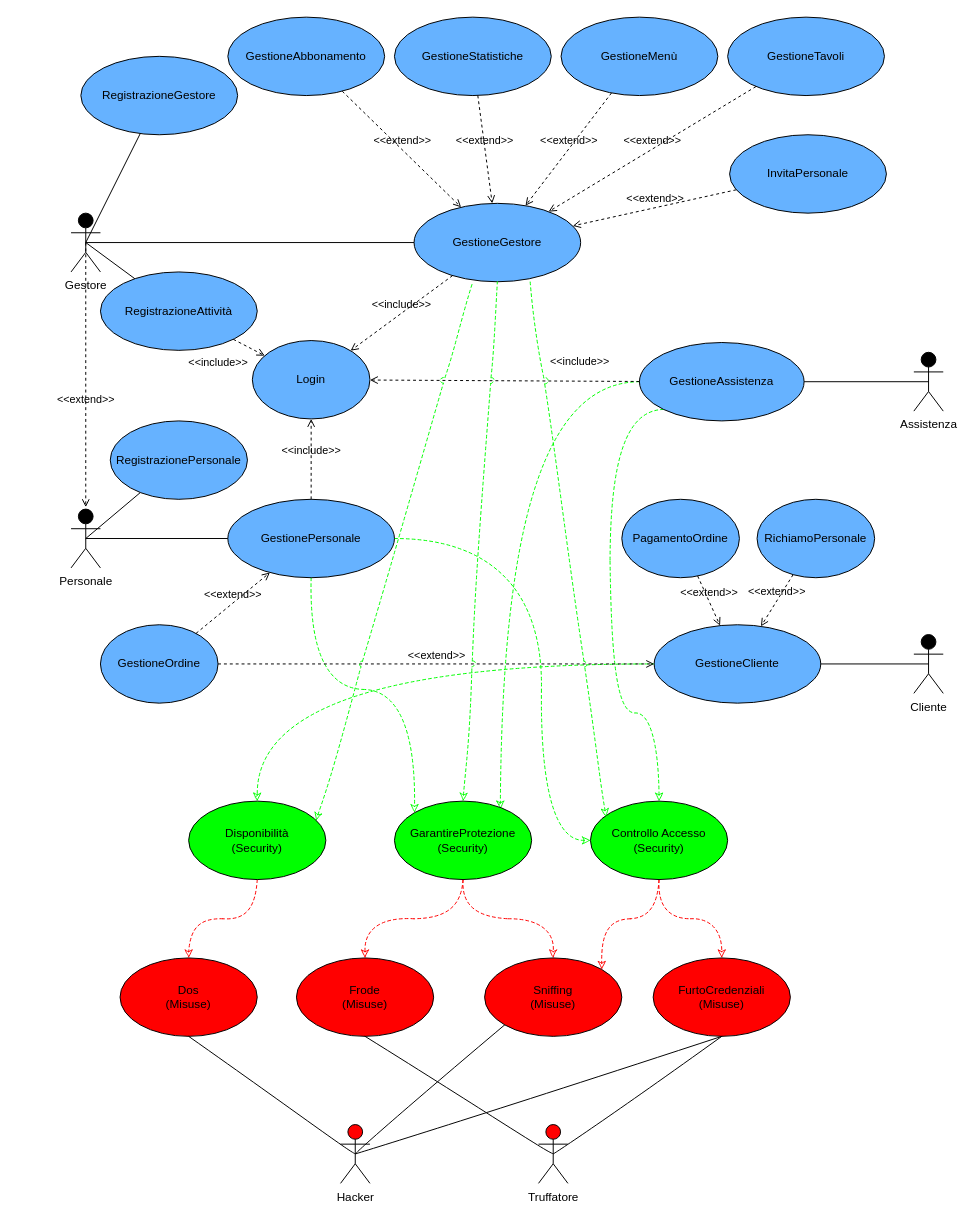
Marco-Burattoni/Progetto-ids keeps this draw.io diagram as use_misuseV2.drawio. Above is the earlier version. Source tidied: cells renumbered, new cells numbered last; positions are measured from the earlier drawing's top-left corner, leaving out a move shared by most shapes. Both pictures are drawn from the tidied source at 98%, with x=0, y=0 at pixel (71, 17).
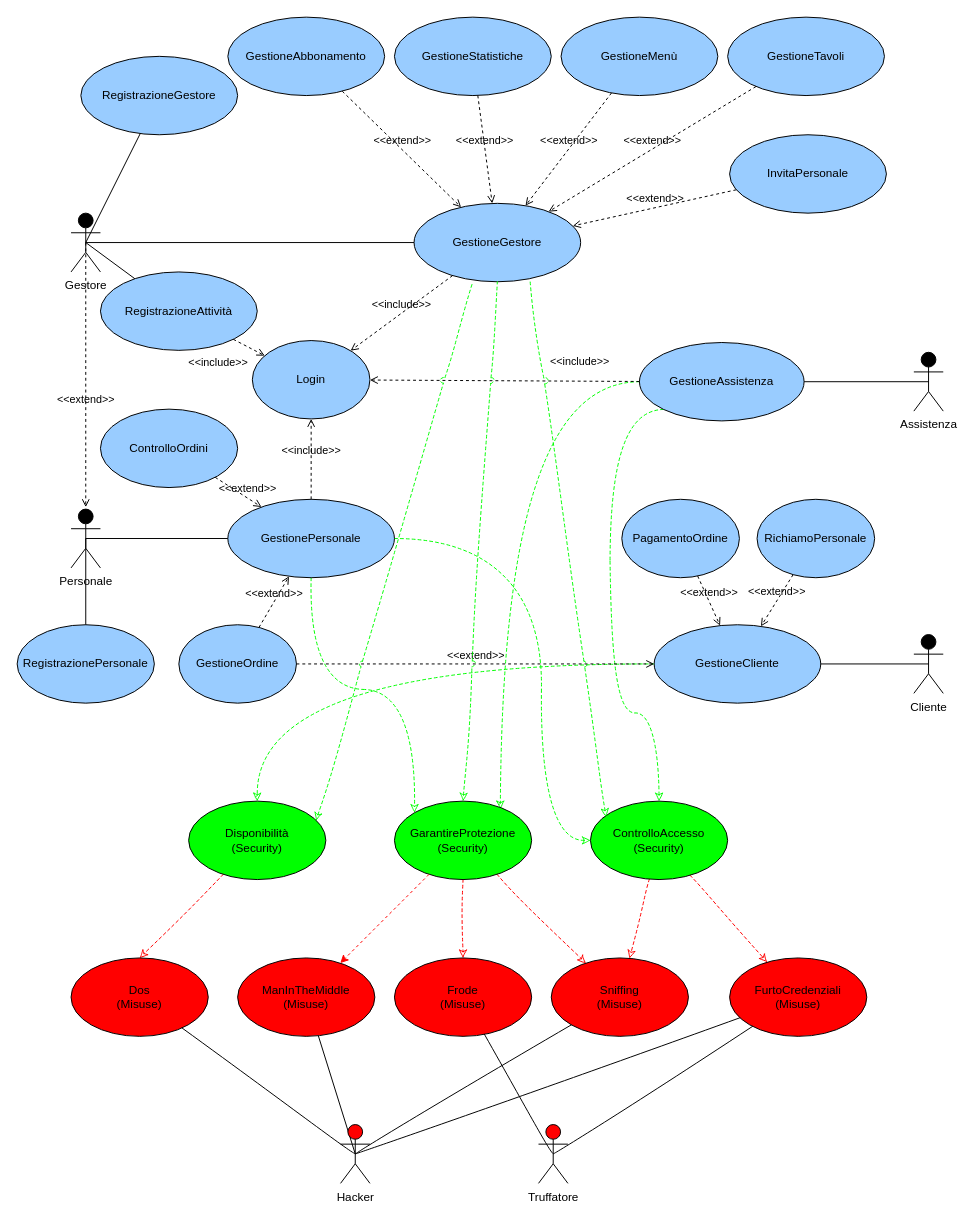
The same page after the edit.

Unchanged cells that the change refers to:
```xml
<mxCell id="49" value="Disponibilità&lt;br&gt;(Security)" style="ellipse;whiteSpace=wrap;html=1;fillColor=#00FF00;" parent="1" vertex="1">
  <mxGeometry x="120" y="800" width="140" height="80" as="geometry" />
</mxCell>
<mxCell id="52" value="GarantireProtezione&lt;br&gt;(Security)" style="ellipse;whiteSpace=wrap;html=1;fillColor=#00FF00;" parent="1" vertex="1">
  <mxGeometry x="330" y="800" width="140" height="80" as="geometry" />
</mxCell>
<mxCell id="63" value="Hacker" style="shape=umlActor;verticalLabelPosition=bottom;verticalAlign=top;html=1;outlineConnect=0;strokeColor=#000000;fillColor=#FF0000;" parent="1" vertex="1">
  <mxGeometry x="275" y="1130" width="30" height="60" as="geometry" />
</mxCell>
<mxCell id="64" value="Truffatore" style="shape=umlActor;verticalLabelPosition=bottom;verticalAlign=top;html=1;outlineConnect=0;strokeColor=#000000;fillColor=#FF0000;" parent="1" vertex="1">
  <mxGeometry x="477" y="1130" width="30" height="60" as="geometry" />
</mxCell>
```

The edit, as a diff of the source:
```diff
@@
-    <mxCell id="5" value="GestioneGestore" style="ellipse;whiteSpace=wrap;html=1;fillColor=#66B2FF;" parent="1" vertex="1">
+    <mxCell id="5" value="GestioneGestore" style="ellipse;whiteSpace=wrap;html=1;fillColor=#99CCFF;" parent="1" vertex="1">
       <mxGeometry x="350" y="190" width="170" height="80" as="geometry" />
     </mxCell>
-    <mxCell id="6" value="Login" style="ellipse;whiteSpace=wrap;html=1;fillColor=#66B2FF;" parent="1" vertex="1">
+    <mxCell id="6" value="Login" style="ellipse;whiteSpace=wrap;html=1;fillColor=#99CCFF;" parent="1" vertex="1">
       <mxGeometry x="185" y="330" width="120" height="80" as="geometry" />
     </mxCell>
-    <mxCell id="7" value="RegistrazioneGestore" style="ellipse;whiteSpace=wrap;html=1;fillColor=#66B2FF;" parent="1" vertex="1">
+    <mxCell id="7" value="RegistrazioneGestore" style="ellipse;whiteSpace=wrap;html=1;fillColor=#99CCFF;" parent="1" vertex="1">
       <mxGeometry x="10" y="40" width="160" height="80" as="geometry" />
     </mxCell>
@@
-    <mxCell id="10" value="GestionePersonale" style="ellipse;whiteSpace=wrap;html=1;fillColor=#66B2FF;" parent="1" vertex="1">
+    <mxCell id="10" value="GestionePersonale" style="ellipse;whiteSpace=wrap;html=1;fillColor=#99CCFF;" parent="1" vertex="1">
       <mxGeometry x="160" y="492" width="170" height="80" as="geometry" />
     </mxCell>
@@
-    <mxCell id="16" value="GestioneCliente" style="ellipse;whiteSpace=wrap;html=1;fillColor=#66B2FF;" parent="1" vertex="1">
+    <mxCell id="16" value="GestioneCliente" style="ellipse;whiteSpace=wrap;html=1;fillColor=#99CCFF;" parent="1" vertex="1">
       <mxGeometry x="595" y="620" width="170" height="80" as="geometry" />
     </mxCell>
@@
-    <mxCell id="20" value="GestioneAssistenza" style="ellipse;whiteSpace=wrap;html=1;fillColor=#66B2FF;" parent="1" vertex="1">
+    <mxCell id="20" value="GestioneAssistenza" style="ellipse;whiteSpace=wrap;html=1;fillColor=#99CCFF;" parent="1" vertex="1">
       <mxGeometry x="580" y="332" width="168" height="80" as="geometry" />
     </mxCell>
@@
-    <mxCell id="23" value="GestioneMenù" style="ellipse;whiteSpace=wrap;html=1;fillColor=#66B2FF;" parent="1" vertex="1">
+    <mxCell id="23" value="GestioneMenù" style="ellipse;whiteSpace=wrap;html=1;fillColor=#99CCFF;" parent="1" vertex="1">
       <mxGeometry x="500" width="160" height="80" as="geometry" />
     </mxCell>
-    <mxCell id="24" value="RegistrazionePersonale" style="ellipse;whiteSpace=wrap;html=1;fillColor=#66B2FF;" parent="1" vertex="1">
-      <mxGeometry x="40" y="412" width="140" height="80" as="geometry" />
+    <mxCell id="24" value="RegistrazionePersonale" style="ellipse;whiteSpace=wrap;html=1;fillColor=#99CCFF;" parent="1" vertex="1">
+      <mxGeometry x="-55" y="620" width="140" height="80" as="geometry" />
     </mxCell>
-    <mxCell id="25" value="PagamentoOrdine" style="ellipse;whiteSpace=wrap;html=1;fillColor=#66B2FF;" parent="1" vertex="1">
+    <mxCell id="25" value="PagamentoOrdine" style="ellipse;whiteSpace=wrap;html=1;fillColor=#99CCFF;" parent="1" vertex="1">
       <mxGeometry x="562" y="492" width="120" height="80" as="geometry" />
     </mxCell>
@@
-    <mxCell id="27" value="RichiamoPersonale" style="ellipse;whiteSpace=wrap;html=1;fillColor=#66B2FF;" parent="1" vertex="1">
+    <mxCell id="27" value="RichiamoPersonale" style="ellipse;whiteSpace=wrap;html=1;fillColor=#99CCFF;" parent="1" vertex="1">
       <mxGeometry x="700" y="492" width="120" height="80" as="geometry" />
     </mxCell>
@@
-    <mxCell id="29" value="GestioneOrdine" style="ellipse;whiteSpace=wrap;html=1;fillColor=#66B2FF;" parent="1" vertex="1">
-      <mxGeometry x="30" y="620" width="120" height="80" as="geometry" />
+    <mxCell id="29" value="GestioneOrdine" style="ellipse;whiteSpace=wrap;html=1;fillColor=#99CCFF;" parent="1" vertex="1">
+      <mxGeometry x="110" y="620" width="120" height="80" as="geometry" />
     </mxCell>
@@
-    <mxCell id="33" value="GestioneAbbonamento" style="ellipse;whiteSpace=wrap;html=1;fillColor=#66B2FF;" parent="1" vertex="1">
+    <mxCell id="33" value="GestioneAbbonamento" style="ellipse;whiteSpace=wrap;html=1;fillColor=#99CCFF;" parent="1" vertex="1">
       <mxGeometry x="160" width="160" height="80" as="geometry" />
     </mxCell>
@@
-    <mxCell id="36" value="RegistrazioneAttività" style="ellipse;whiteSpace=wrap;html=1;fillColor=#66B2FF;" parent="1" vertex="1">
+    <mxCell id="36" value="RegistrazioneAttività" style="ellipse;whiteSpace=wrap;html=1;fillColor=#99CCFF;" parent="1" vertex="1">
       <mxGeometry x="30" y="260" width="160" height="80" as="geometry" />
     </mxCell>
@@
-    <mxCell id="41" value="GestioneStatistiche" style="ellipse;whiteSpace=wrap;html=1;fillColor=#66B2FF;" parent="1" vertex="1">
+    <mxCell id="41" value="GestioneStatistiche" style="ellipse;whiteSpace=wrap;html=1;fillColor=#99CCFF;" parent="1" vertex="1">
       <mxGeometry x="330" width="160" height="80" as="geometry" />
     </mxCell>
-    <mxCell id="42" value="GestioneTavoli" style="ellipse;whiteSpace=wrap;html=1;fillColor=#66B2FF;" parent="1" vertex="1">
+    <mxCell id="42" value="GestioneTavoli" style="ellipse;whiteSpace=wrap;html=1;fillColor=#99CCFF;" parent="1" vertex="1">
       <mxGeometry x="670" width="160" height="80" as="geometry" />
     </mxCell>
@@
-    <mxCell id="46" value="InvitaPersonale" style="ellipse;whiteSpace=wrap;html=1;fillColor=#66B2FF;" parent="1" vertex="1">
+    <mxCell id="46" value="InvitaPersonale" style="ellipse;whiteSpace=wrap;html=1;fillColor=#99CCFF;" parent="1" vertex="1">
       <mxGeometry x="672" y="120" width="160" height="80" as="geometry" />
     </mxCell>
@@
-    <mxCell id="48" style="edgeStyle=orthogonalEdgeStyle;curved=1;sketch=1;jiggle=1;disableMultiStroke=1;curveFitting=0.95;simplification=0;jumpStyle=arc;jettySize=auto;html=1;entryX=0.5;entryY=0;entryDx=0;entryDy=0;shadow=0;dashed=1;strokeColor=#FF0000;strokeWidth=1;startArrow=none;startFill=0;endArrow=classic;endFill=0;" parent="1" edge="1" source="49" target="59">
+    <mxCell id="48" style="sketch=1;jiggle=1;disableMultiStroke=1;curveFitting=0.95;simplification=0;jumpStyle=arc;jettySize=auto;html=1;entryX=0.5;entryY=0;entryDx=0;entryDy=0;shadow=0;dashed=1;strokeColor=#FF0000;strokeWidth=1;startArrow=none;startFill=0;endArrow=classic;endFill=0;rounded=0;" parent="1" edge="1" source="49" target="59">
       <mxGeometry relative="1" as="geometry" />
     </mxCell>
@@
-    <mxCell id="50" style="edgeStyle=orthogonalEdgeStyle;curved=1;sketch=1;jiggle=1;disableMultiStroke=1;curveFitting=0.95;simplification=0;jumpStyle=arc;jettySize=auto;html=1;entryX=0.5;entryY=0;entryDx=0;entryDy=0;shadow=0;dashed=1;strokeColor=#FF0000;strokeWidth=1;startArrow=none;startFill=0;endArrow=classic;endFill=0;" parent="1" edge="1" source="52" target="60">
+    <mxCell id="50" style="sketch=1;jiggle=1;disableMultiStroke=1;curveFitting=0.95;simplification=0;jumpStyle=arc;jettySize=auto;html=1;shadow=0;dashed=1;strokeColor=#FF0000;strokeWidth=1;startArrow=none;startFill=0;endArrow=classic;endFill=0;rounded=0;" parent="1" edge="1" source="52" target="60">
       <mxGeometry relative="1" as="geometry" />
     </mxCell>
-    <mxCell id="51" style="edgeStyle=orthogonalEdgeStyle;curved=1;sketch=1;jiggle=1;disableMultiStroke=1;curveFitting=0.95;simplification=0;jumpStyle=arc;jettySize=auto;html=1;entryX=0.5;entryY=0;entryDx=0;entryDy=0;shadow=0;dashed=1;strokeColor=#FF0000;strokeWidth=1;startArrow=none;startFill=0;endArrow=classic;endFill=0;" parent="1" edge="1" source="52" target="61">
+    <mxCell id="51" style="sketch=1;jiggle=1;disableMultiStroke=1;curveFitting=0.95;simplification=0;jumpStyle=arc;jettySize=auto;html=1;shadow=0;dashed=1;strokeColor=#FF0000;strokeWidth=1;startArrow=none;startFill=0;endArrow=classic;endFill=0;rounded=0;" parent="1" edge="1" source="52" target="61">
       <mxGeometry relative="1" as="geometry" />
     </mxCell>
@@
-    <mxCell id="53" style="edgeStyle=orthogonalEdgeStyle;curved=1;sketch=1;jiggle=1;disableMultiStroke=1;curveFitting=0.95;simplification=0;jumpStyle=arc;jettySize=auto;html=1;entryX=0.5;entryY=0;entryDx=0;entryDy=0;shadow=0;dashed=1;strokeColor=#FF0000;strokeWidth=1;startArrow=none;startFill=0;endArrow=classic;endFill=0;" parent="1" edge="1" source="55" target="62">
+    <mxCell id="53" style="sketch=1;jiggle=1;disableMultiStroke=1;curveFitting=0.95;simplification=0;jumpStyle=arc;jettySize=auto;html=1;shadow=0;dashed=1;strokeColor=#FF0000;strokeWidth=1;startArrow=none;startFill=0;endArrow=classic;endFill=0;rounded=0;" parent="1" edge="1" source="55" target="62">
       <mxGeometry relative="1" as="geometry" />
     </mxCell>
-    <mxCell id="54" style="edgeStyle=orthogonalEdgeStyle;curved=1;sketch=1;jiggle=1;disableMultiStroke=1;curveFitting=0.95;simplification=0;jumpStyle=arc;jettySize=auto;html=1;entryX=1;entryY=0;entryDx=0;entryDy=0;shadow=0;dashed=1;strokeColor=#FF0000;strokeWidth=1;startArrow=none;startFill=0;endArrow=classic;endFill=0;" parent="1" edge="1" source="55" target="61">
+    <mxCell id="54" style="sketch=1;jiggle=1;disableMultiStroke=1;curveFitting=0.95;simplification=0;jumpStyle=arc;jettySize=auto;html=1;shadow=0;dashed=1;strokeColor=#FF0000;strokeWidth=1;startArrow=none;startFill=0;endArrow=classic;endFill=0;rounded=0;" parent="1" edge="1" source="55" target="61">
       <mxGeometry relative="1" as="geometry" />
     </mxCell>
-    <mxCell id="55" value="Controllo Accesso&lt;br&gt;(Security)" style="ellipse;whiteSpace=wrap;html=1;fillColor=#00FF00;" parent="1" vertex="1">
+    <mxCell id="55" value="ControlloAccesso&lt;br&gt;(Security)" style="ellipse;whiteSpace=wrap;html=1;fillColor=#00FF00;" parent="1" vertex="1">
       <mxGeometry x="530" y="800" width="140" height="80" as="geometry" />
     </mxCell>
@@
     <mxCell id="59" value="Dos&lt;br&gt;(Misuse)" style="ellipse;whiteSpace=wrap;html=1;fillColor=#FF0000;" parent="1" vertex="1">
-      <mxGeometry x="50" y="960" width="140" height="80" as="geometry" />
+      <mxGeometry y="960" width="140" height="80" as="geometry" />
     </mxCell>
     <mxCell id="60" value="Frode&lt;br&gt;(Misuse)" style="ellipse;whiteSpace=wrap;html=1;fillColor=#FF0000;" parent="1" vertex="1">
-      <mxGeometry x="230" y="960" width="140" height="80" as="geometry" />
+      <mxGeometry x="330" y="960" width="140" height="80" as="geometry" />
     </mxCell>
     <mxCell id="61" value="Sniffing&lt;br&gt;(Misuse)" style="ellipse;whiteSpace=wrap;html=1;fillColor=#FF0000;" parent="1" vertex="1">
-      <mxGeometry x="422" y="960" width="140" height="80" as="geometry" />
+      <mxGeometry x="490" y="960" width="140" height="80" as="geometry" />
     </mxCell>
     <mxCell id="62" value="FurtoCredenziali&lt;br&gt;(Misuse)" style="ellipse;whiteSpace=wrap;html=1;fillColor=#FF0000;" parent="1" vertex="1">
-      <mxGeometry x="594" y="960" width="140" height="80" as="geometry" />
+      <mxGeometry x="672" y="960" width="140" height="80" as="geometry" />
     </mxCell>
+    <mxCell id="70" style="rounded=0;jettySize=auto;html=1;exitX=0.5;exitY=0.5;exitDx=0;exitDy=0;exitPerimeter=0;endArrow=none;endFill=0;" parent="1" edge="1" source="63" target="73">
+      <mxGeometry relative="1" as="geometry" />
+    </mxCell>
@@
-    <mxCell id="66" style="endArrow=none;html=1;shadow=0;sketch=1;jiggle=1;disableMultiStroke=1;curveFitting=0.95;simplification=0;strokeColor=#000000;strokeWidth=1;curved=1;jumpStyle=arc;exitX=0.5;exitY=0.5;exitDx=0;exitDy=0;exitPerimeter=0;entryX=0.5;entryY=1;entryDx=0;entryDy=0;" parent="1" edge="1" source="63" target="62">
+    <mxCell id="66" style="endArrow=none;html=1;shadow=0;sketch=1;jiggle=1;disableMultiStroke=1;curveFitting=0.95;simplification=0;strokeColor=#000000;strokeWidth=1;curved=1;jumpStyle=arc;exitX=0.5;exitY=0.5;exitDx=0;exitDy=0;exitPerimeter=0;" parent="1" edge="1" source="63" target="62">
       <mxGeometry relative="1" as="geometry" />
     </mxCell>
-    <mxCell id="67" style="endArrow=none;html=1;shadow=0;sketch=1;jiggle=1;disableMultiStroke=1;curveFitting=0.95;simplification=0;strokeColor=#000000;strokeWidth=1;curved=1;jumpStyle=arc;entryX=0.5;entryY=1;entryDx=0;entryDy=0;" parent="1" edge="1" target="59">
+    <mxCell id="67" style="endArrow=none;html=1;shadow=0;sketch=1;jiggle=1;disableMultiStroke=1;curveFitting=0.95;simplification=0;strokeColor=#000000;strokeWidth=1;curved=1;jumpStyle=arc;" parent="1" edge="1" target="59">
       <mxGeometry relative="1" as="geometry">
         <mxPoint x="290" y="1160" as="sourcePoint" />
       </mxGeometry>
     </mxCell>
-    <mxCell id="68" style="endArrow=none;html=1;shadow=0;sketch=1;jiggle=1;disableMultiStroke=1;curveFitting=0.95;simplification=0;strokeColor=#000000;strokeWidth=1;curved=1;jumpStyle=arc;entryX=0.5;entryY=1;entryDx=0;entryDy=0;exitX=0.5;exitY=0.5;exitDx=0;exitDy=0;exitPerimeter=0;" parent="1" edge="1" source="64" target="60">
+    <mxCell id="68" style="endArrow=none;html=1;shadow=0;sketch=1;jiggle=1;disableMultiStroke=1;curveFitting=0.95;simplification=0;strokeColor=#000000;strokeWidth=1;curved=1;jumpStyle=arc;exitX=0.5;exitY=0.5;exitDx=0;exitDy=0;exitPerimeter=0;" parent="1" edge="1" source="64" target="60">
       <mxGeometry relative="1" as="geometry" />
     </mxCell>
-    <mxCell id="69" style="endArrow=none;html=1;shadow=0;sketch=1;jiggle=1;disableMultiStroke=1;curveFitting=0.95;simplification=0;strokeColor=#000000;strokeWidth=1;curved=1;jumpStyle=arc;entryX=0.5;entryY=1;entryDx=0;entryDy=0;exitX=0.5;exitY=0.5;exitDx=0;exitDy=0;exitPerimeter=0;" parent="1" edge="1" source="64" target="62">
+    <mxCell id="69" style="endArrow=none;html=1;shadow=0;sketch=1;jiggle=1;disableMultiStroke=1;curveFitting=0.95;simplification=0;strokeColor=#000000;strokeWidth=1;curved=1;jumpStyle=arc;exitX=0.5;exitY=0.5;exitDx=0;exitDy=0;exitPerimeter=0;" parent="1" edge="1" source="64" target="62">
       <mxGeometry relative="1" as="geometry" />
     </mxCell>
+    <mxCell id="71" value="ControlloOrdini" style="ellipse;whiteSpace=wrap;html=1;fillColor=#99CCFF;" parent="1" vertex="1">
+      <mxGeometry x="30" y="400" width="140" height="80" as="geometry" />
+    </mxCell>
+    <mxCell id="72" value="&amp;lt;&amp;lt;extend&amp;gt;&amp;gt;" style="html=1;verticalAlign=bottom;labelBackgroundColor=none;endArrow=open;endFill=0;dashed=1;rounded=0;" parent="1" edge="1" source="71" target="10">
+      <mxGeometry x="0.38" y="1" relative="1" as="geometry" />
+    </mxCell>
+    <mxCell id="73" value="ManInTheMiddle (Misuse)" style="ellipse;whiteSpace=wrap;html=1;fillColor=#FF0000;" parent="1" vertex="1">
+      <mxGeometry x="170" y="960" width="140" height="80" as="geometry" />
+    </mxCell>
+    <mxCell id="74" style="endArrow=classic;html=1;rounded=0;strokeColor=#FF0000;dashed=1;" parent="1" edge="1" source="52" target="73">
+      <mxGeometry relative="1" as="geometry" />
+    </mxCell>
```
